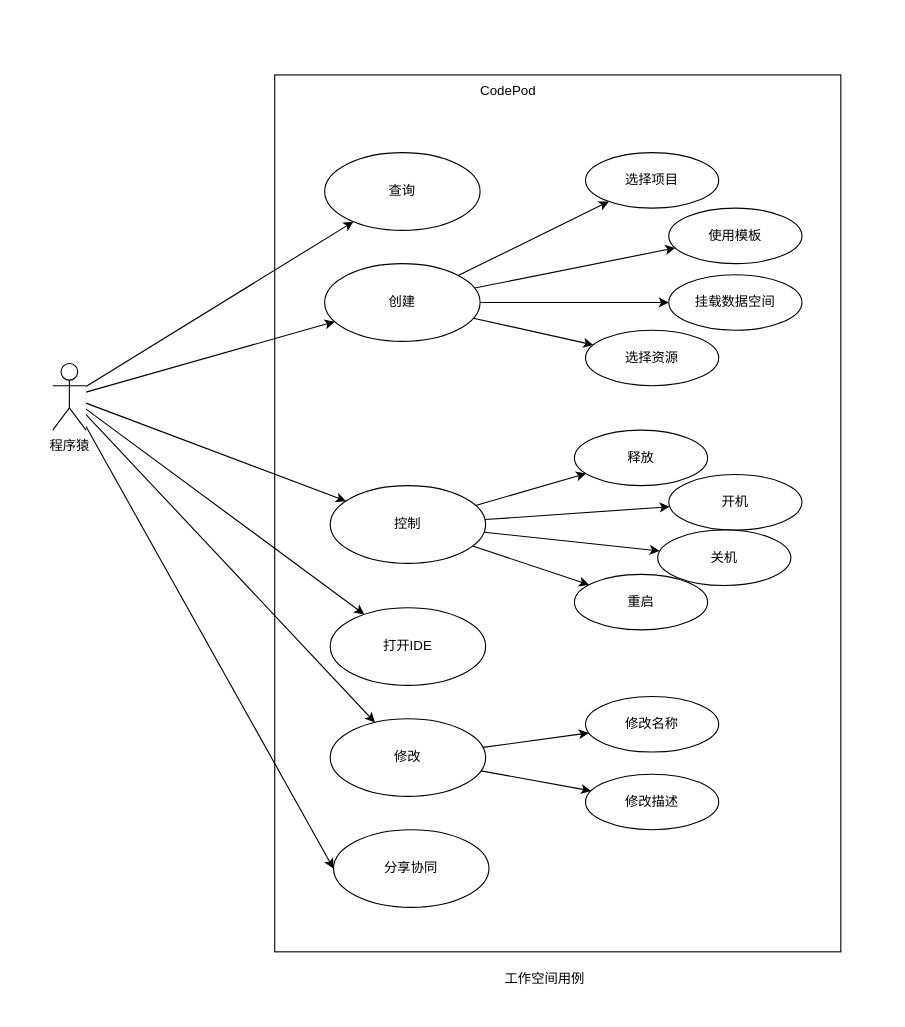
Earlier version of the draw.io diagram page "工作空间" (4 of 8) of business/_design/business_case.drawio (codepodspace/docs). Source tidied: cells renumbered, new cells numbered last; positions are measured from the earlier drawing's top-left corner, leaving out a move shared by most shapes. Both pictures are drawn from the tidied source at 111%, with x=0, y=0 at pixel (52, 74).
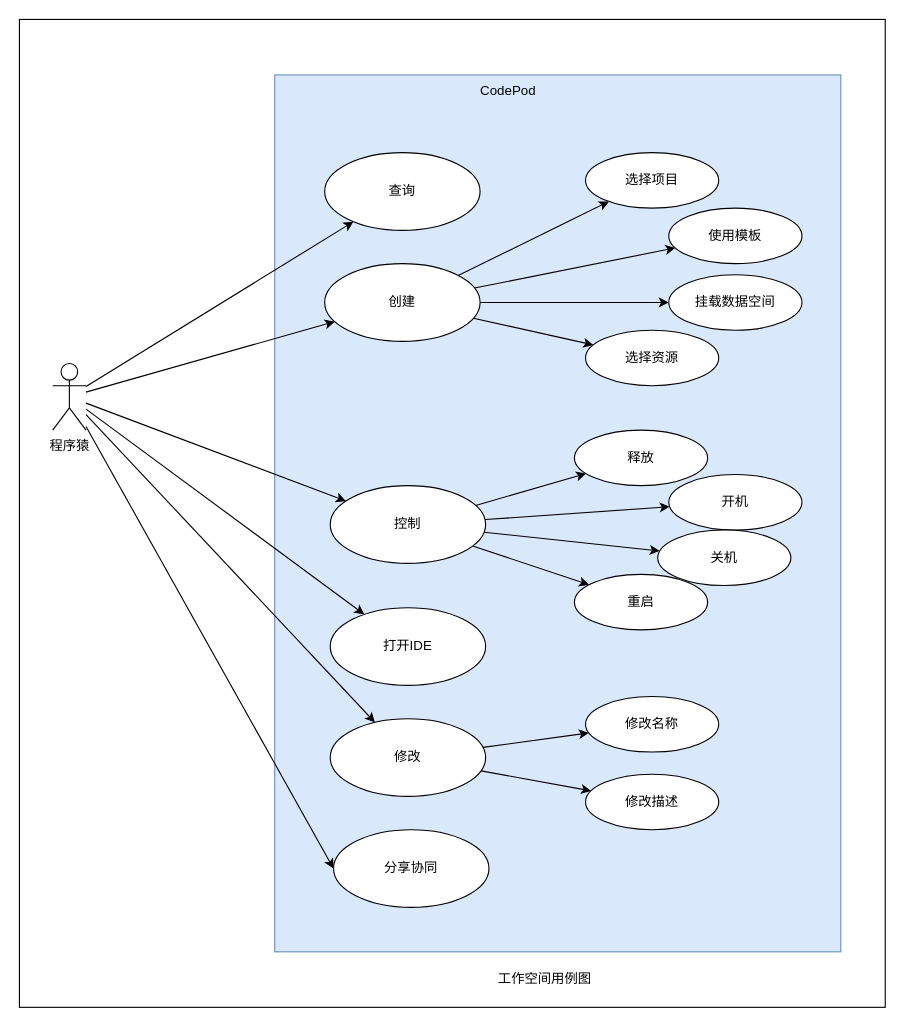
The same page after the edit.

What changed in the source:
```diff
@@
+    <mxCell id="38" style="rounded=0;whiteSpace=wrap;html=1;" parent="1" vertex="1">
+      <mxGeometry x="-30" y="-50" width="780" height="890" as="geometry" />
+    </mxCell>
-    <mxCell id="2" style="rounded=0;whiteSpace=wrap;html=1;" parent="1" vertex="1">
+    <mxCell id="2" style="rounded=0;whiteSpace=wrap;html=1;fillColor=#dae8fc;strokeColor=#6c8ebf;" parent="1" vertex="1">
       <mxGeometry x="200" width="510" height="790" as="geometry" />
     </mxCell>
@@
-    <mxCell id="16" value="工作空间用例" style="text;html=1;align=center;verticalAlign=middle;strokeColor=none;fillColor=none;" parent="1" vertex="1">
-      <mxGeometry x="393" y="800" width="100" height="30" as="geometry" />
+    <mxCell id="16" value="工作空间用例图" style="text;html=1;align=center;verticalAlign=middle;strokeColor=none;fillColor=none;" parent="1" vertex="1">
+      <mxGeometry x="388" y="800" width="110" height="30" as="geometry" />
     </mxCell>
```
